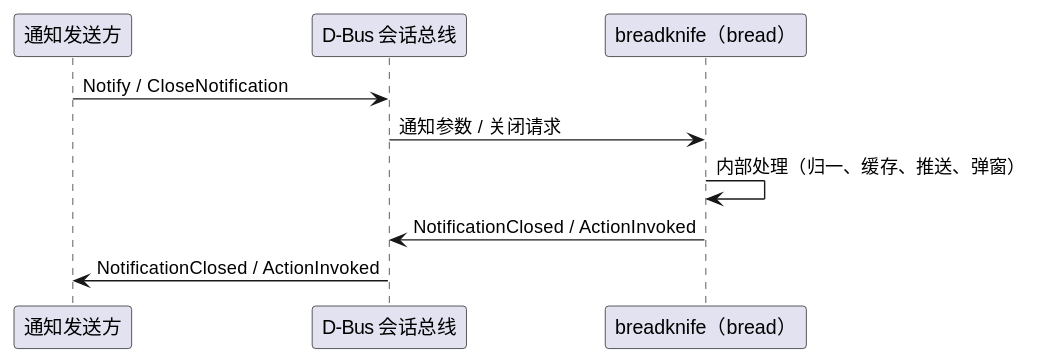
The PlantUML diagram diagram/breadknife-notification.svg in 54m43lJ/BreadKnife, before a commit.
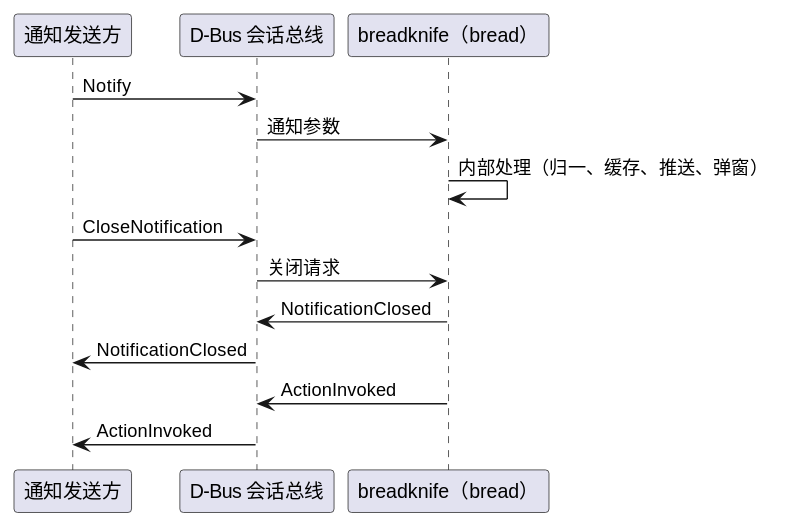
Later version of the same file.

The edit, as a diff of the source:
```diff
@@ -3,9 +3,13 @@
 participant "D-Bus 会话总线" as bus
 participant "breadknife（bread）" as bread
 
-app -> bus: Notify / CloseNotification
-bus -> bread: 通知参数 / 关闭请求
+app -> bus: Notify
+bus -> bread: 通知参数
 bread -> bread: 内部处理（归一、缓存、推送、弹窗）
-bread -> bus: NotificationClosed / ActionInvoked
-bus -> app: NotificationClosed / ActionInvoked
+app -> bus: CloseNotification
+bus -> bread: 关闭请求
+bread -> bus: NotificationClosed
+bus -> app: NotificationClosed
+bread -> bus: ActionInvoked
+bus -> app: ActionInvoked
 @enduml
```
